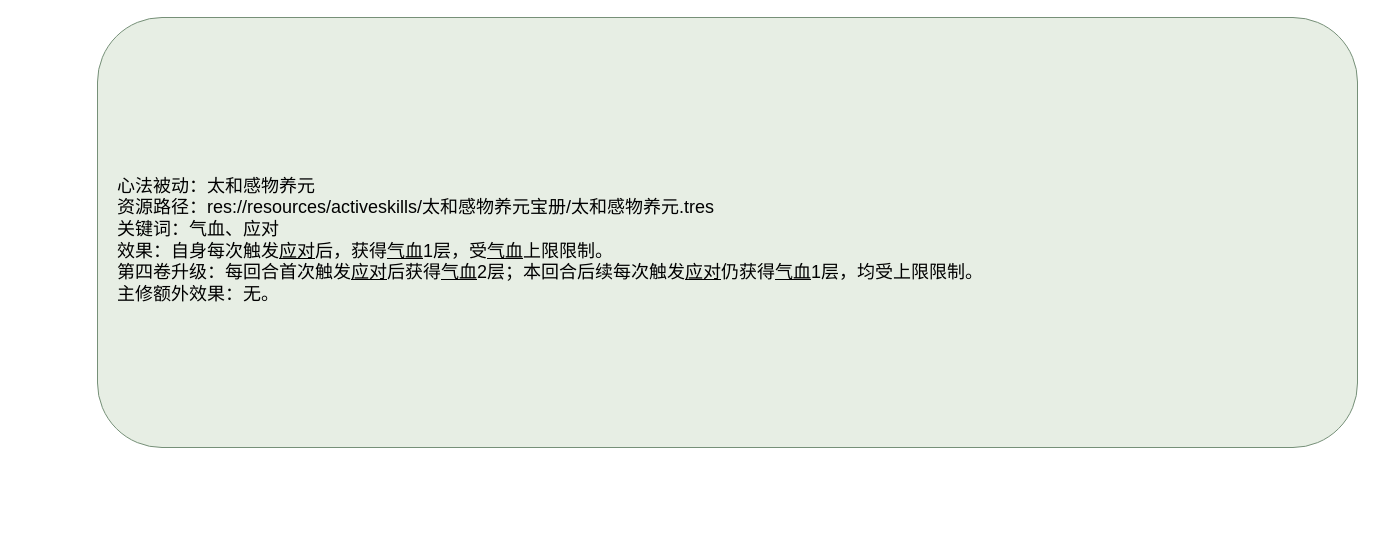
The draw.io diagram page "太和感物养元" (1 of 2) of docs/卡牌词典/秘籍技能/太和感物养元宝册/心法.drawio in ankundanetracyc-spec/tian-guan-you-du, before the edit. Source tidied: cells renumbered, new cells numbered last; positions are measured from the earlier drawing's top-left corner, leaving out a move shared by most shapes. Both pictures are drawn from the tidied source at 100%, with x=0, y=0 at pixel (97, 17).
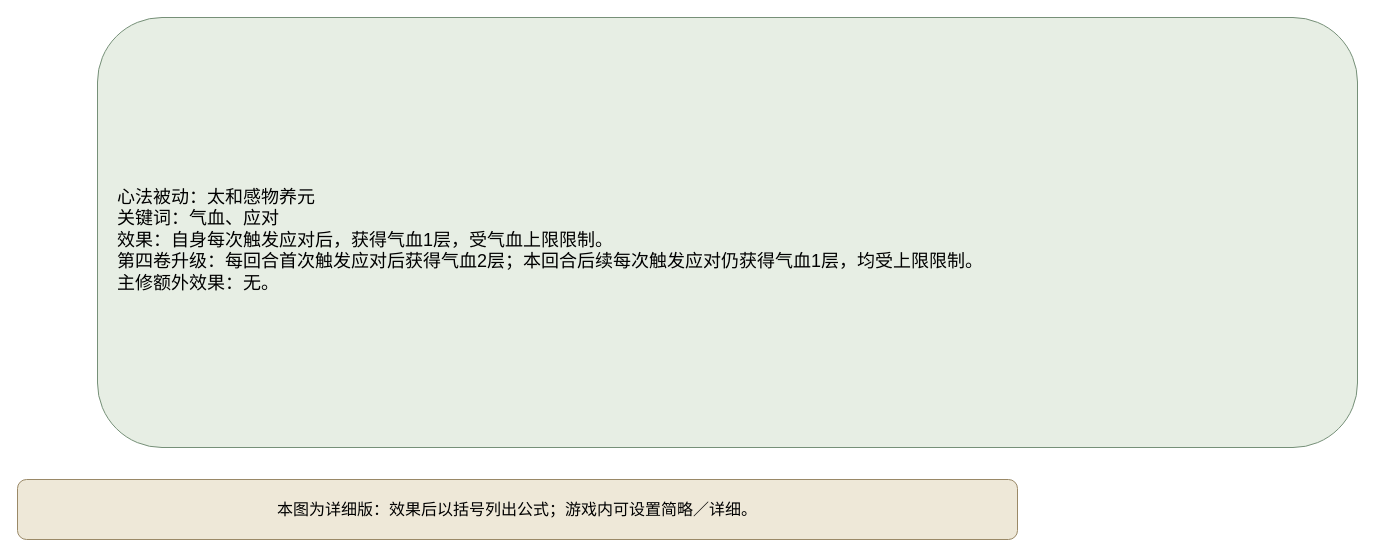
The same diagram, later.

What changed in the source:
```diff
@@
 <mxGraphModel>
   <root>
     <mxCell id="0" />
     <mxCell id="1" parent="0" />
-    <mxCell id="2" value="&lt;div style=&quot;text-align:left;&quot;&gt;心法被动：太和感物养元&lt;br&gt;资源路径：res://resources/activeskills/太和感物养元宝册/太和感物养元.tres&lt;br&gt;关键词：气血、应对&lt;br&gt;效果：自身每次触发&lt;u&gt;应对&lt;/u&gt;后，获得&lt;u&gt;气血&lt;/u&gt;1层，受&lt;u&gt;气血&lt;/u&gt;上限限制。&lt;br&gt;第四卷升级：每回合首次触发&lt;u&gt;应对&lt;/u&gt;后获得&lt;u&gt;气血&lt;/u&gt;2层；本回合后续每次触发&lt;u&gt;应对&lt;/u&gt;仍获得&lt;u&gt;气血&lt;/u&gt;1层，均受上限限制。&lt;br&gt;主修额外效果：无。&lt;/div&gt;" style="rounded=1;whiteSpace=wrap;html=1;fillColor=#e7eee4;strokeColor=#769078;fontSize=18;align=left;spacingLeft=18;spacingTop=16;" parent="1" vertex="1">
+    <mxCell id="2" value="心法被动：太和感物养元&#10;关键词：气血、应对&#10;效果：自身每次触发应对后，获得气血1层，受气血上限限制。&#10;第四卷升级：每回合首次触发应对后获得气血2层；本回合后续每次触发应对仍获得气血1层，均受上限限制。&#10;主修额外效果：无。" style="rounded=1;whiteSpace=wrap;html=1;fillColor=#e7eee4;strokeColor=#769078;fontSize=18;align=left;spacingLeft=18;spacingTop=16;" parent="1" vertex="1">
       <mxGeometry width="1260" height="430" as="geometry" />
     </mxCell>
+    <mxCell id="3" value="本图为详细版：效果后以括号列出公式；游戏内可设置简略／详细。" style="rounded=1;whiteSpace=wrap;html=1;fillColor=#eee8d8;strokeColor=#9a8967;fontSize=16;" parent="1" vertex="1">
+      <mxGeometry x="-80" y="462" width="1000" height="60" as="geometry" />
+    </mxCell>
   </root>
 </mxGraphModel>
```
